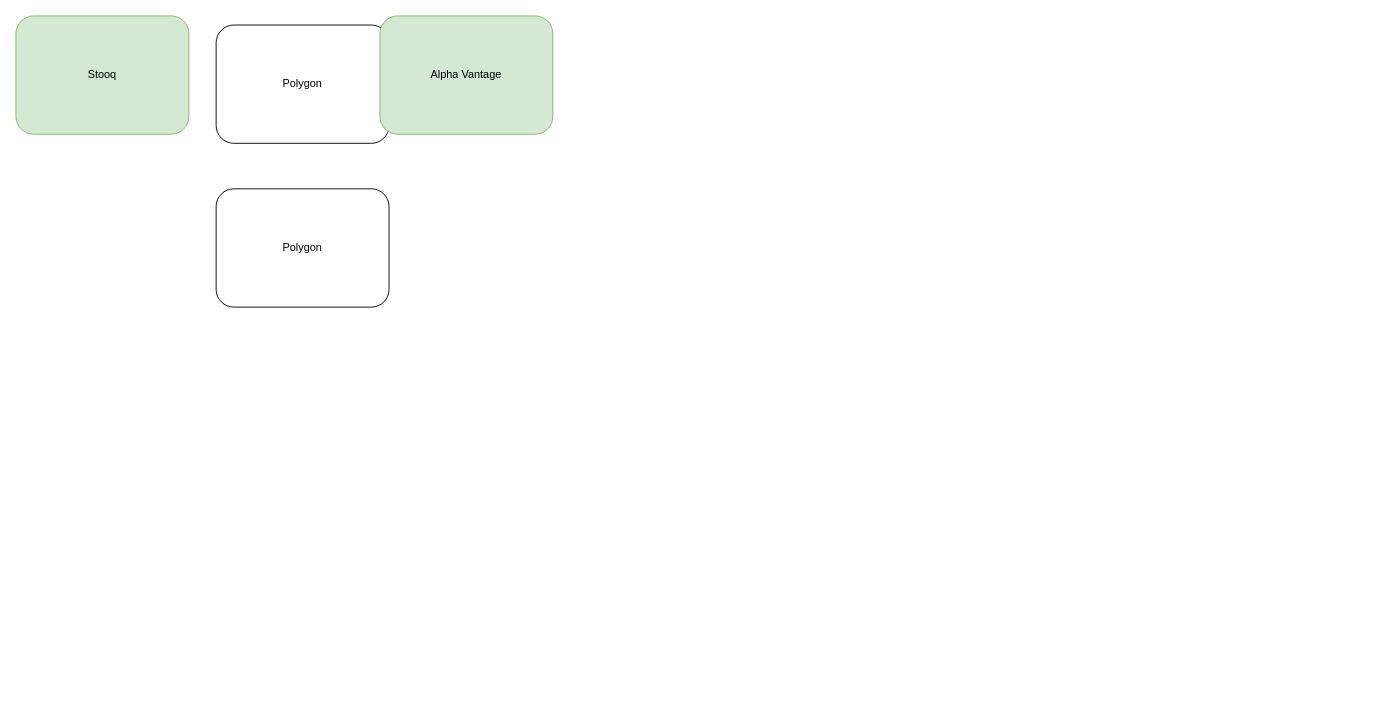
Earlier version of the draw.io diagram page "Page-3" (3 of 4) of Informations.drawio (sh4r-KO/special-tribble). Source tidied: cells renumbered, new cells numbered last; positions are measured from the earlier drawing's top-left corner, leaving out a move shared by most shapes. Both pictures are drawn from the tidied source at 91%, with x=0, y=0 at pixel (15, 15).
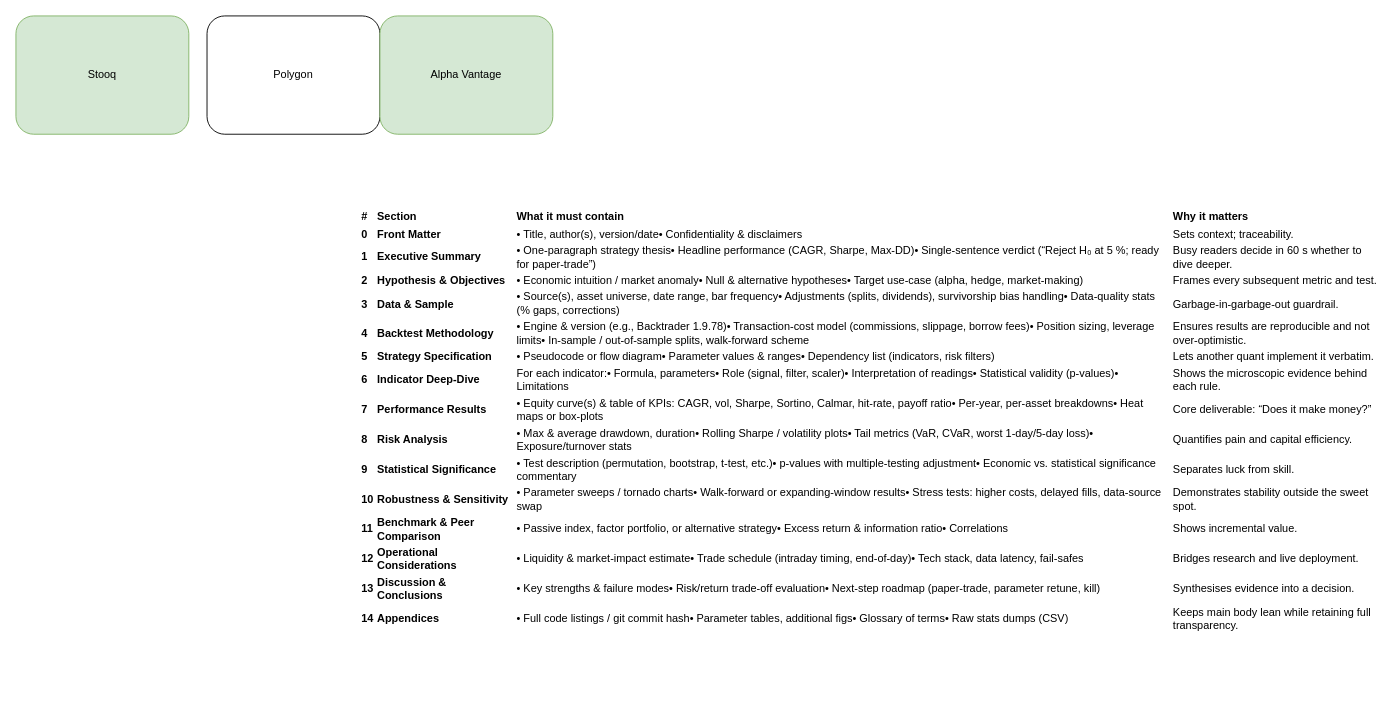
Above is the later version.

The edit, as a diff of the source:
```diff
@@
 <mxGraphModel>
   <root>
     <mxCell id="0" />
     <mxCell id="1" parent="0" />
     <mxCell id="2" value="Stooq" style="rounded=1;whiteSpace=wrap;html=1;fillColor=#d5e8d4;strokeColor=#82b366;" parent="1" vertex="1">
       <mxGeometry width="190" height="130" as="geometry" />
     </mxCell>
     <mxCell id="3" value="Polygon" style="rounded=1;whiteSpace=wrap;html=1;" parent="1" vertex="1">
-      <mxGeometry x="220" y="10" width="190" height="130" as="geometry" />
+      <mxGeometry x="210" width="190" height="130" as="geometry" />
     </mxCell>
     <mxCell id="4" value="Alpha Vantage" style="rounded=1;whiteSpace=wrap;html=1;fillColor=#d5e8d4;strokeColor=#82b366;" parent="1" vertex="1">
       <mxGeometry x="400" width="190" height="130" as="geometry" />
     </mxCell>
-    <mxCell id="5" value="Polygon" style="rounded=1;whiteSpace=wrap;html=1;" parent="1" vertex="1">
-      <mxGeometry x="220" y="190" width="190" height="130" as="geometry" />
-    </mxCell>
+    <mxCell id="6" value="&lt;br&gt;&lt;table&gt;&lt;thead&gt;&lt;tr&gt;&lt;th&gt;#&lt;/th&gt;&lt;th&gt;Section&lt;/th&gt;&lt;th&gt;What it must contain&lt;/th&gt;&lt;th&gt;Why it matters&lt;/th&gt;&lt;/tr&gt;&lt;/thead&gt;&lt;tbody&gt;&lt;tr&gt;&lt;td&gt;&lt;strong&gt;0&lt;/strong&gt;&lt;/td&gt;&lt;td&gt;&lt;strong&gt;Front Matter&lt;/strong&gt;&lt;/td&gt;&lt;td&gt;• Title, author(s), version/date• Confidentiality &amp;amp; disclaimers&lt;/td&gt;&lt;td&gt;Sets context; traceability.&lt;/td&gt;&lt;/tr&gt;&lt;tr&gt;&lt;td&gt;&lt;strong&gt;1&lt;/strong&gt;&lt;/td&gt;&lt;td&gt;&lt;strong&gt;Executive Summary&lt;/strong&gt;&lt;/td&gt;&lt;td&gt;• One-paragraph strategy thesis• Headline performance (CAGR, Sharpe, Max-DD)• Single-sentence verdict (“Reject H₀ at 5 %; ready for paper-trade”)&lt;/td&gt;&lt;td&gt;Busy readers decide in 60 s whether to dive deeper.&lt;/td&gt;&lt;/tr&gt;&lt;tr&gt;&lt;td&gt;&lt;strong&gt;2&lt;/strong&gt;&lt;/td&gt;&lt;td&gt;&lt;strong&gt;Hypothesis &amp;amp; Objectives&lt;/strong&gt;&lt;/td&gt;&lt;td&gt;• Economic intuition / market anomaly• Null &amp;amp; alternative hypotheses• Target use-case (alpha, hedge, market-making)&lt;/td&gt;&lt;td&gt;Frames every subsequent metric and test.&lt;/td&gt;&lt;/tr&gt;&lt;tr&gt;&lt;td&gt;&lt;strong&gt;3&lt;/strong&gt;&lt;/td&gt;&lt;td&gt;&lt;strong&gt;Data &amp;amp; Sample&lt;/strong&gt;&lt;/td&gt;&lt;td&gt;• Source(s), asset universe, date range, bar frequency• Adjustments (splits, dividends), survivorship bias handling• Data-quality stats (% gaps, corrections)&lt;/td&gt;&lt;td&gt;Garbage-in-garbage-out guardrail.&lt;/td&gt;&lt;/tr&gt;&lt;tr&gt;&lt;td&gt;&lt;strong&gt;4&lt;/strong&gt;&lt;/td&gt;&lt;td&gt;&lt;strong&gt;Backtest Methodology&lt;/strong&gt;&lt;/td&gt;&lt;td&gt;• Engine &amp;amp; version (e.g., Backtrader 1.9.78)• Transaction-cost model (commissions, slippage, borrow fees)• Position sizing, leverage limits• In-sample / out-of-sample splits, walk-forward scheme&lt;/td&gt;&lt;td&gt;Ensures results are reproducible and not over-optimistic.&lt;/td&gt;&lt;/tr&gt;&lt;tr&gt;&lt;td&gt;&lt;strong&gt;5&lt;/strong&gt;&lt;/td&gt;&lt;td&gt;&lt;strong&gt;Strategy Specification&lt;/strong&gt;&lt;/td&gt;&lt;td&gt;• Pseudocode or flow diagram• Parameter values &amp;amp; ranges• Dependency list (indicators, risk filters)&lt;/td&gt;&lt;td&gt;Lets another quant implement it verbatim.&lt;/td&gt;&lt;/tr&gt;&lt;tr&gt;&lt;td&gt;&lt;strong&gt;6&lt;/strong&gt;&lt;/td&gt;&lt;td&gt;&lt;strong&gt;Indicator Deep-Dive&lt;/strong&gt;&lt;/td&gt;&lt;td&gt;For each indicator:• Formula, parameters• Role (signal, filter, scaler)• Interpretation of readings• Statistical validity (p-values)• Limitations&lt;/td&gt;&lt;td&gt;Shows the microscopic evidence behind each rule.&lt;/td&gt;&lt;/tr&gt;&lt;tr&gt;&lt;td&gt;&lt;strong&gt;7&lt;/strong&gt;&lt;/td&gt;&lt;td&gt;&lt;strong&gt;Performance Results&lt;/strong&gt;&lt;/td&gt;&lt;td&gt;• Equity curve(s) &amp;amp; table of KPIs: CAGR, vol, Sharpe, Sortino, Calmar, hit-rate, payoff ratio• Per-year, per-asset breakdowns• Heat maps or box-plots&lt;/td&gt;&lt;td&gt;Core deliverable: “Does it make money?”&lt;/td&gt;&lt;/tr&gt;&lt;tr&gt;&lt;td&gt;&lt;strong&gt;8&lt;/strong&gt;&lt;/td&gt;&lt;td&gt;&lt;strong&gt;Risk Analysis&lt;/strong&gt;&lt;/td&gt;&lt;td&gt;• Max &amp;amp; average drawdown, duration• Rolling Sharpe / volatility plots• Tail metrics (VaR, CVaR, worst 1-day/5-day loss)• Exposure/turnover stats&lt;/td&gt;&lt;td&gt;Quantifies pain and capital efficiency.&lt;/td&gt;&lt;/tr&gt;&lt;tr&gt;&lt;td&gt;&lt;strong&gt;9&lt;/strong&gt;&lt;/td&gt;&lt;td&gt;&lt;strong&gt;Statistical Significance&lt;/strong&gt;&lt;/td&gt;&lt;td&gt;• Test description (permutation, bootstrap, t-test, etc.)• p-values with multiple-testing adjustment• Economic vs. statistical significance commentary&lt;/td&gt;&lt;td&gt;Separates luck from skill.&lt;/td&gt;&lt;/tr&gt;&lt;tr&gt;&lt;td&gt;&lt;strong&gt;10&lt;/strong&gt;&lt;/td&gt;&lt;td&gt;&lt;strong&gt;Robustness &amp;amp; Sensitivity&lt;/strong&gt;&lt;/td&gt;&lt;td&gt;• Parameter sweeps / tornado charts• Walk-forward or expanding-window results• Stress tests: higher costs, delayed fills, data-source swap&lt;/td&gt;&lt;td&gt;Demonstrates stability outside the sweet spot.&lt;/td&gt;&lt;/tr&gt;&lt;tr&gt;&lt;td&gt;&lt;strong&gt;11&lt;/strong&gt;&lt;/td&gt;&lt;td&gt;&lt;strong&gt;Benchmark &amp;amp; Peer Comparison&lt;/strong&gt;&lt;/td&gt;&lt;td&gt;• Passive index, factor portfolio, or alternative strategy• Excess return &amp;amp; information ratio• Correlations&lt;/td&gt;&lt;td&gt;Shows incremental value.&lt;/td&gt;&lt;/tr&gt;&lt;tr&gt;&lt;td&gt;&lt;strong&gt;12&lt;/strong&gt;&lt;/td&gt;&lt;td&gt;&lt;strong&gt;Operational Considerations&lt;/strong&gt;&lt;/td&gt;&lt;td&gt;• Liquidity &amp;amp; market-impact estimate• Trade schedule (intraday timing, end-of-day)• Tech stack, data latency, fail-safes&lt;/td&gt;&lt;td&gt;Bridges research and live deployment.&lt;/td&gt;&lt;/tr&gt;&lt;tr&gt;&lt;td&gt;&lt;strong&gt;13&lt;/strong&gt;&lt;/td&gt;&lt;td&gt;&lt;strong&gt;Discussion &amp;amp; Conclusions&lt;/strong&gt;&lt;/td&gt;&lt;td&gt;• Key strengths &amp;amp; failure modes• Risk/return trade-off evaluation• Next-step roadmap (paper-trade, parameter retune, kill)&lt;/td&gt;&lt;td&gt;Synthesises evidence into a decision.&lt;/td&gt;&lt;/tr&gt;&lt;tr&gt;&lt;td&gt;&lt;strong&gt;14&lt;/strong&gt;&lt;/td&gt;&lt;td&gt;&lt;strong&gt;Appendices&lt;/strong&gt;&lt;/td&gt;&lt;td&gt;• Full code listings / git commit hash• Parameter tables, additional figs• Glossary of terms• Raw stats dumps (CSV)&lt;/td&gt;&lt;td&gt;Keeps main body lean while retaining full transparency.&lt;/td&gt;&lt;/tr&gt;&lt;/tbody&gt;&lt;/table&gt;" style="text;whiteSpace=wrap;html=1;verticalAlign=top;" parent="1" vertex="1">
+      <mxGeometry x="375" y="190" width="1125" height="550" as="geometry" />
+    </mxCell>
   </root>
 </mxGraphModel>
```
